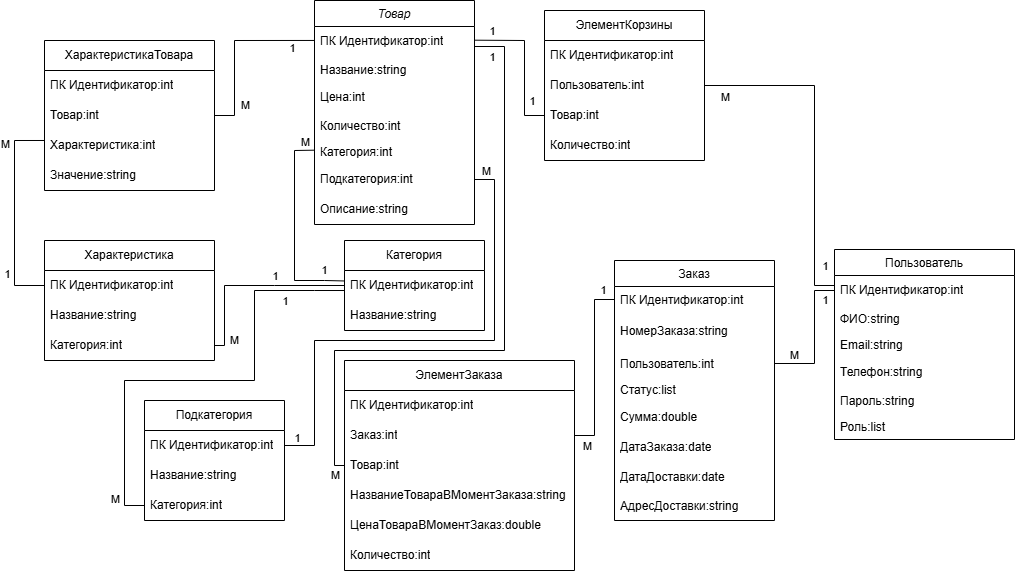
The draw.io diagram Диаграмма.drawio.png in Artem4upin/react-django-site, before a commit. Source tidied: cells renumbered, new cells last; positions are measured from the earlier drawing's top-left corner, leaving out a move shared by most shapes.
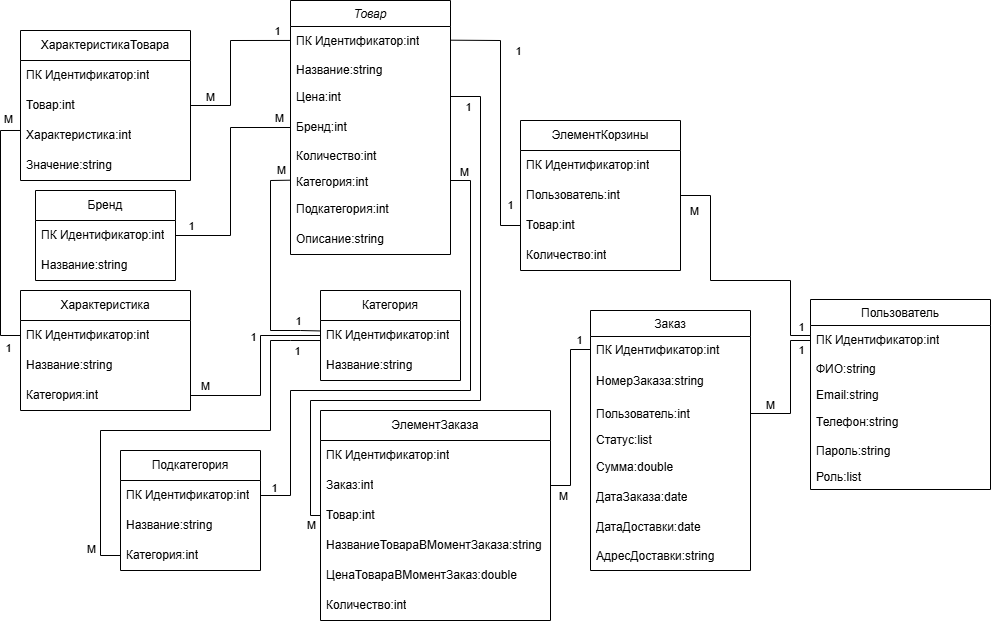
Later version of the same file.

What changed in the source:
```diff
@@ -3,7 +3,7 @@
     <mxCell id="0" />
     <mxCell id="1" parent="0" />
     <mxCell id="2" value="Товар" style="swimlane;fontStyle=2;align=center;verticalAlign=top;horizontal=1;startSize=26;rounded=0;shadow=0;strokeWidth=1;" parent="1" vertex="1">
-      <mxGeometry x="300" width="160" height="224" as="geometry" />
+      <mxGeometry x="300" y="-50" width="160" height="254" as="geometry" />
     </mxCell>
     <mxCell id="3" value="ПК Идентификатор:int" style="text;strokeColor=none;fillColor=none;align=left;verticalAlign=middle;spacingLeft=4;spacingRight=4;overflow=hidden;points=[[0,0.5],[1,0.5]];portConstraint=eastwest;whiteSpace=wrap;html=1;" parent="2" vertex="1">
       <mxGeometry y="26" width="160" height="30" as="geometry" />
@@ -14,17 +14,20 @@
     <mxCell id="5" value="Цена:int" style="text;strokeColor=none;fillColor=none;align=left;verticalAlign=middle;spacingLeft=4;spacingRight=4;overflow=hidden;whiteSpace=wrap;html=1;" parent="2" vertex="1">
       <mxGeometry y="82" width="160" height="30" as="geometry" />
     </mxCell>
+    <mxCell id="87" value="Бренд:int" style="text;strokeColor=none;fillColor=none;align=left;verticalAlign=middle;spacingLeft=4;spacingRight=4;overflow=hidden;points=[[0,0.5],[1,0.5]];portConstraint=eastwest;whiteSpace=wrap;html=1;" parent="2" vertex="1">
+      <mxGeometry y="112" width="160" height="30" as="geometry" />
+    </mxCell>
     <mxCell id="6" value="Количество:int" style="text;align=left;verticalAlign=top;spacingLeft=4;spacingRight=4;overflow=hidden;rounded=0;shadow=0;html=0;" parent="2" vertex="1">
-      <mxGeometry y="112" width="160" height="26" as="geometry" />
+      <mxGeometry y="142" width="160" height="26" as="geometry" />
     </mxCell>
     <mxCell id="7" value="Категория:int" style="text;align=left;verticalAlign=top;spacingLeft=4;spacingRight=4;overflow=hidden;points=[[0,0.5],[1,0.5]];portConstraint=eastwest;rounded=0;shadow=0;html=0;" parent="2" vertex="1">
-      <mxGeometry y="138" width="160" height="26" as="geometry" />
+      <mxGeometry y="168" width="160" height="26" as="geometry" />
     </mxCell>
     <mxCell id="8" value="Подкатегория:int" style="text;strokeColor=none;fillColor=none;align=left;verticalAlign=middle;spacingLeft=4;spacingRight=4;overflow=hidden;points=[[0,0.5],[1,0.5]];portConstraint=eastwest;whiteSpace=wrap;html=1;" parent="2" vertex="1">
-      <mxGeometry y="164" width="160" height="30" as="geometry" />
+      <mxGeometry y="194" width="160" height="30" as="geometry" />
     </mxCell>
     <mxCell id="9" value="Описание:string" style="text;strokeColor=none;fillColor=none;align=left;verticalAlign=middle;spacingLeft=4;spacingRight=4;overflow=hidden;whiteSpace=wrap;html=1;" parent="2" vertex="1">
-      <mxGeometry y="194" width="160" height="30" as="geometry" />
+      <mxGeometry y="224" width="160" height="30" as="geometry" />
     </mxCell>
     <mxCell id="10" value="Пользователь" style="swimlane;fontStyle=0;align=center;verticalAlign=top;horizontal=1;startSize=26;rounded=0;shadow=0;strokeWidth=1;" parent="1" vertex="1">
       <mxGeometry x="820" y="249" width="180" height="190" as="geometry" />
@@ -84,7 +87,7 @@
       <mxGeometry y="60" width="140" height="30" as="geometry" />
     </mxCell>
     <mxCell id="29" value="ЭлементКорзины" style="swimlane;fontStyle=0;horizontal=1;startSize=30;whiteSpace=wrap;html=1;" parent="1" vertex="1">
-      <mxGeometry x="530" y="10" width="160" height="150" as="geometry" />
+      <mxGeometry x="530" y="70" width="160" height="150" as="geometry" />
     </mxCell>
     <mxCell id="30" value="&lt;span style=&quot;text-wrap-mode: nowrap;&quot;&gt;ПК Идентификатор:int&lt;/span&gt;" style="text;strokeColor=none;fillColor=none;align=left;verticalAlign=middle;spacingLeft=4;spacingRight=4;overflow=hidden;whiteSpace=wrap;html=1;" parent="29" vertex="1">
       <mxGeometry y="30" width="160" height="30" as="geometry" />
@@ -99,7 +102,7 @@
       <mxGeometry y="120" width="160" height="30" as="geometry" />
     </mxCell>
     <mxCell id="34" value="ХарактеристикаТовара" style="swimlane;fontStyle=0;horizontal=1;startSize=30;whiteSpace=wrap;html=1;" parent="1" vertex="1">
-      <mxGeometry x="30" y="40" width="170" height="150" as="geometry" />
+      <mxGeometry x="30" y="-20" width="170" height="150" as="geometry" />
     </mxCell>
     <mxCell id="35" value="ПК Идентификатор:int" style="text;strokeColor=none;fillColor=none;align=left;verticalAlign=middle;spacingLeft=4;spacingRight=4;overflow=hidden;whiteSpace=wrap;html=1;" parent="34" vertex="1">
       <mxGeometry y="30" width="170" height="30" as="geometry" />
@@ -117,14 +120,16 @@
       <mxGeometry relative="1" as="geometry">
         <mxPoint x="820" y="285" as="targetPoint" />
         <Array as="points">
-          <mxPoint x="800" y="85" />
+          <mxPoint x="720" y="145" />
+          <mxPoint x="720" y="230" />
+          <mxPoint x="800" y="230" />
           <mxPoint x="800" y="285" />
         </Array>
       </mxGeometry>
     </mxCell>
     <mxCell id="40" value="М" style="edgeLabel;html=1;align=center;verticalAlign=middle;" parent="39" vertex="1">
       <mxGeometry x="-0.71" y="-2" relative="1" as="geometry">
-        <mxPoint x="-28" y="9" as="offset" />
+        <mxPoint x="-15" y="6" as="offset" />
       </mxGeometry>
     </mxCell>
     <mxCell id="41" value="1" style="edgeLabel;html=1;align=center;verticalAlign=middle;" parent="39" vertex="1">
@@ -153,25 +158,25 @@
     <mxCell id="45" style="endArrow=none;html=1;rounded=0;exitX=1;exitY=0.5;exitDx=0;exitDy=0;entryX=0.001;entryY=0.465;entryDx=0;entryDy=0;entryPerimeter=0;" parent="1" edge="1" source="36" target="3">
       <mxGeometry relative="1" as="geometry">
         <Array as="points">
-          <mxPoint x="220" y="115" />
-          <mxPoint x="220" y="40" />
+          <mxPoint x="240" y="55" />
+          <mxPoint x="240" y="-10" />
         </Array>
       </mxGeometry>
     </mxCell>
     <mxCell id="46" value="М" style="edgeLabel;html=1;align=center;verticalAlign=middle;" parent="45" vertex="1">
       <mxGeometry x="-0.64" y="1" relative="1" as="geometry">
-        <mxPoint x="11" as="offset" />
+        <mxPoint x="-11" y="-8" as="offset" />
       </mxGeometry>
     </mxCell>
     <mxCell id="47" value="1" style="edgeLabel;html=1;align=center;verticalAlign=middle;" parent="45" vertex="1">
       <mxGeometry x="0.85" y="1" relative="1" as="geometry">
-        <mxPoint x="-9" y="9" as="offset" />
+        <mxPoint x="-1" y="-8" as="offset" />
       </mxGeometry>
     </mxCell>
     <mxCell id="48" style="endArrow=none;html=1;rounded=0;entryX=0.002;entryY=0.349;entryDx=0;entryDy=0;exitX=0.001;exitY=0.449;exitDx=0;exitDy=0;exitPerimeter=0;entryPerimeter=0;" parent="1" edge="1" source="7" target="27">
       <mxGeometry relative="1" as="geometry">
         <Array as="points">
-          <mxPoint x="280" y="150" />
+          <mxPoint x="280" y="130" />
           <mxPoint x="280" y="280" />
           <mxPoint x="310" y="280" />
         </Array>
@@ -179,7 +184,7 @@
     </mxCell>
     <mxCell id="49" value="М" style="edgeLabel;html=1;align=center;verticalAlign=middle;" parent="48" vertex="1">
       <mxGeometry x="-0.49" y="-1" relative="1" as="geometry">
-        <mxPoint x="11" y="-39" as="offset" />
+        <mxPoint x="11" y="-46" as="offset" />
       </mxGeometry>
     </mxCell>
     <mxCell id="50" value="1" style="edgeLabel;html=1;align=center;verticalAlign=middle;" parent="48" vertex="1">
@@ -190,19 +195,19 @@
     <mxCell id="51" style="endArrow=none;html=1;rounded=0;exitX=1;exitY=0.456;exitDx=0;exitDy=0;entryX=0;entryY=0.5;entryDx=0;entryDy=0;exitPerimeter=0;" parent="1" edge="1" source="3" target="32">
       <mxGeometry relative="1" as="geometry">
         <Array as="points">
-          <mxPoint x="510" y="40" />
-          <mxPoint x="510" y="115" />
+          <mxPoint x="510" y="-10" />
+          <mxPoint x="510" y="175" />
         </Array>
       </mxGeometry>
     </mxCell>
     <mxCell id="52" value="1" style="edgeLabel;html=1;align=center;verticalAlign=middle;" parent="51" vertex="1">
       <mxGeometry x="-0.62" y="1" relative="1" as="geometry">
-        <mxPoint x="-11" y="-8" as="offset" />
+        <mxPoint x="18" y="12" as="offset" />
       </mxGeometry>
     </mxCell>
     <mxCell id="53" value="1" style="edgeLabel;html=1;align=center;verticalAlign=middle;" parent="51" vertex="1">
       <mxGeometry x="0.8" relative="1" as="geometry">
-        <mxPoint x="2" y="-15" as="offset" />
+        <mxPoint x="9" y="-15" as="offset" />
       </mxGeometry>
     </mxCell>
     <mxCell id="54" value="ЭлементЗаказа" style="swimlane;fontStyle=0;horizontal=1;startSize=30;whiteSpace=wrap;html=1;" parent="1" vertex="1">
@@ -273,15 +278,15 @@
         <Array as="points">
           <mxPoint x="110" y="505" />
           <mxPoint x="110" y="380" />
-          <mxPoint x="240" y="380" />
-          <mxPoint x="240" y="290" />
+          <mxPoint x="280" y="380" />
+          <mxPoint x="280" y="290" />
           <mxPoint x="300" y="290" />
         </Array>
       </mxGeometry>
     </mxCell>
     <mxCell id="73" value="1" style="edgeLabel;html=1;align=center;verticalAlign=middle;" parent="72" vertex="1">
       <mxGeometry x="0.53" y="-1" relative="1" as="geometry">
-        <mxPoint x="19" y="-32" as="offset" />
+        <mxPoint x="25" y="-47" as="offset" />
       </mxGeometry>
     </mxCell>
     <mxCell id="74" value="М" style="edgeLabel;html=1;align=center;verticalAlign=middle;" parent="72" vertex="1">
@@ -292,20 +297,19 @@
     <mxCell id="75" style="endArrow=none;html=1;rounded=0;exitX=1;exitY=0.5;exitDx=0;exitDy=0;entryX=0;entryY=0.5;entryDx=0;entryDy=0;" parent="1" edge="1" source="67" target="27">
       <mxGeometry relative="1" as="geometry">
         <Array as="points">
-          <mxPoint x="210" y="345" />
-          <mxPoint x="210" y="285" />
-          <mxPoint x="260" y="285" />
+          <mxPoint x="270" y="345" />
+          <mxPoint x="270" y="285" />
         </Array>
       </mxGeometry>
     </mxCell>
     <mxCell id="76" value="1" style="edgeLabel;html=1;align=center;verticalAlign=middle;" parent="75" vertex="1">
       <mxGeometry x="-0.88" relative="1" as="geometry">
-        <mxPoint x="60" y="-44" as="offset" />
+        <mxPoint x="51" y="-59" as="offset" />
       </mxGeometry>
     </mxCell>
     <mxCell id="77" value="М" style="edgeLabel;html=1;align=center;verticalAlign=middle;" parent="75" vertex="1">
       <mxGeometry x="-0.83" y="-1" relative="1" as="geometry">
-        <mxPoint x="8" as="offset" />
+        <mxPoint x="-2" y="-11" as="offset" />
       </mxGeometry>
     </mxCell>
     <mxCell id="78" style="endArrow=none;html=1;rounded=0;exitX=0;exitY=0.5;exitDx=0;exitDy=0;" parent="1" edge="1" source="57">
@@ -332,28 +336,29 @@
     <mxCell id="81" style="endArrow=none;html=1;rounded=0;exitX=0;exitY=0.5;exitDx=0;exitDy=0;entryX=0;entryY=0.333;entryDx=0;entryDy=0;entryPerimeter=0;" parent="1" edge="1" source="65" target="37">
       <mxGeometry relative="1" as="geometry">
         <Array as="points">
-          <mxPoint y="285" />
-          <mxPoint y="140" />
+          <mxPoint x="10" y="285" />
+          <mxPoint x="10" y="80" />
         </Array>
       </mxGeometry>
     </mxCell>
     <mxCell id="82" value="1" style="edgeLabel;html=1;align=center;verticalAlign=middle;" parent="81" vertex="1">
       <mxGeometry x="-0.59" y="1" relative="1" as="geometry">
-        <mxPoint x="-7" as="offset" />
+        <mxPoint x="8" y="42" as="offset" />
       </mxGeometry>
     </mxCell>
     <mxCell id="83" value="М" style="edgeLabel;html=1;align=center;verticalAlign=middle;" parent="81" vertex="1">
       <mxGeometry x="0.68" relative="1" as="geometry">
-        <mxPoint x="-10" as="offset" />
+        <mxPoint x="7" y="-31" as="offset" />
       </mxGeometry>
     </mxCell>
-    <mxCell id="84" style="endArrow=none;html=1;rounded=0;exitX=1;exitY=0.5;exitDx=0;exitDy=0;entryX=1;entryY=0.5;entryDx=0;entryDy=0;" parent="1" edge="1" source="69" target="8">
+    <mxCell id="84" style="endArrow=none;html=1;rounded=0;exitX=1;exitY=0.5;exitDx=0;exitDy=0;" parent="1" edge="1" source="69">
       <mxGeometry relative="1" as="geometry">
+        <mxPoint x="460" y="130" as="targetPoint" />
         <Array as="points">
           <mxPoint x="300" y="445" />
           <mxPoint x="300" y="340" />
           <mxPoint x="480" y="340" />
-          <mxPoint x="480" y="179" />
+          <mxPoint x="480" y="130" />
         </Array>
       </mxGeometry>
     </mxCell>
@@ -367,5 +372,32 @@
         <mxPoint x="-3" y="-7" as="offset" />
       </mxGeometry>
     </mxCell>
+    <mxCell id="88" value="Бренд" style="swimlane;fontStyle=0;horizontal=1;startSize=30;whiteSpace=wrap;html=1;" parent="1" vertex="1">
+      <mxGeometry x="45" y="140" width="140" height="90" as="geometry" />
+    </mxCell>
+    <mxCell id="89" value="ПК Идентификатор:int" style="text;strokeColor=none;fillColor=none;align=left;verticalAlign=middle;spacingLeft=4;spacingRight=4;overflow=hidden;points=[[0,0.5],[1,0.5]];portConstraint=eastwest;whiteSpace=wrap;html=1;" parent="88" vertex="1">
+      <mxGeometry y="30" width="140" height="30" as="geometry" />
+    </mxCell>
+    <mxCell id="90" value="Название:string" style="text;strokeColor=none;fillColor=none;align=left;verticalAlign=middle;spacingLeft=4;spacingRight=4;overflow=hidden;whiteSpace=wrap;html=1;" parent="88" vertex="1">
+      <mxGeometry y="60" width="140" height="30" as="geometry" />
+    </mxCell>
+    <mxCell id="91" style="endArrow=none;html=1;rounded=0;exitX=1;exitY=0.5;exitDx=0;exitDy=0;entryX=0;entryY=0.5;entryDx=0;entryDy=0;" parent="1" edge="1" source="89" target="87">
+      <mxGeometry relative="1" as="geometry">
+        <Array as="points">
+          <mxPoint x="240" y="185" />
+          <mxPoint x="240" y="77" />
+        </Array>
+      </mxGeometry>
+    </mxCell>
+    <mxCell id="92" value="1" style="edgeLabel;html=1;align=center;verticalAlign=middle;" parent="91" vertex="1">
+      <mxGeometry x="-0.8" relative="1" as="geometry">
+        <mxPoint x="-7" y="-10" as="offset" />
+      </mxGeometry>
+    </mxCell>
+    <mxCell id="93" value="М" style="edgeLabel;html=1;align=center;verticalAlign=middle;" parent="91" vertex="1">
+      <mxGeometry x="0.79" y="-1" relative="1" as="geometry">
+        <mxPoint x="12" y="-11" as="offset" />
+      </mxGeometry>
+    </mxCell>
   </root>
 </mxGraphModel>
```
